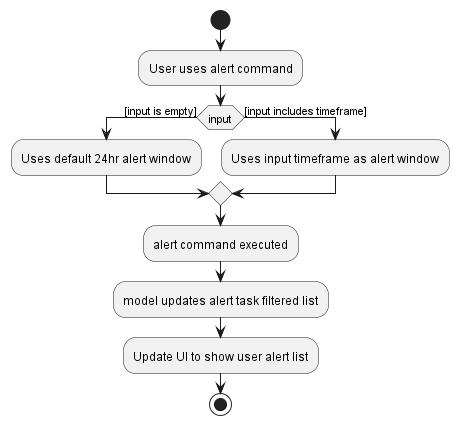
Above: docs/images/AlertActivityDiagram.png in nus-cs2103-AY2223S2/tp (PlantUML), before the change.
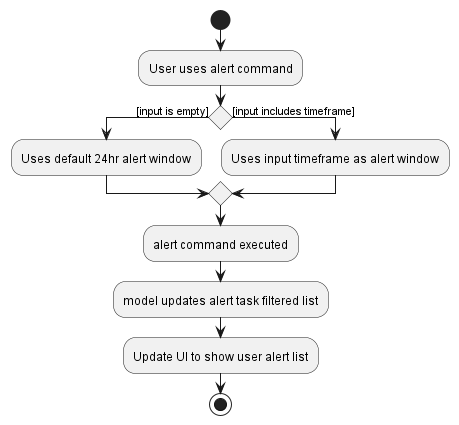
The same diagram one commit later.

What changed in the source:
```diff
@@ -2,7 +2,7 @@
 start
 :User uses alert command;
 
-if (input)  then ([input is empty])
+if ()  then ([input is empty])
      :Uses default 24hr alert window;
 else([input includes timeframe])
     :Uses input timeframe as alert window;
```
